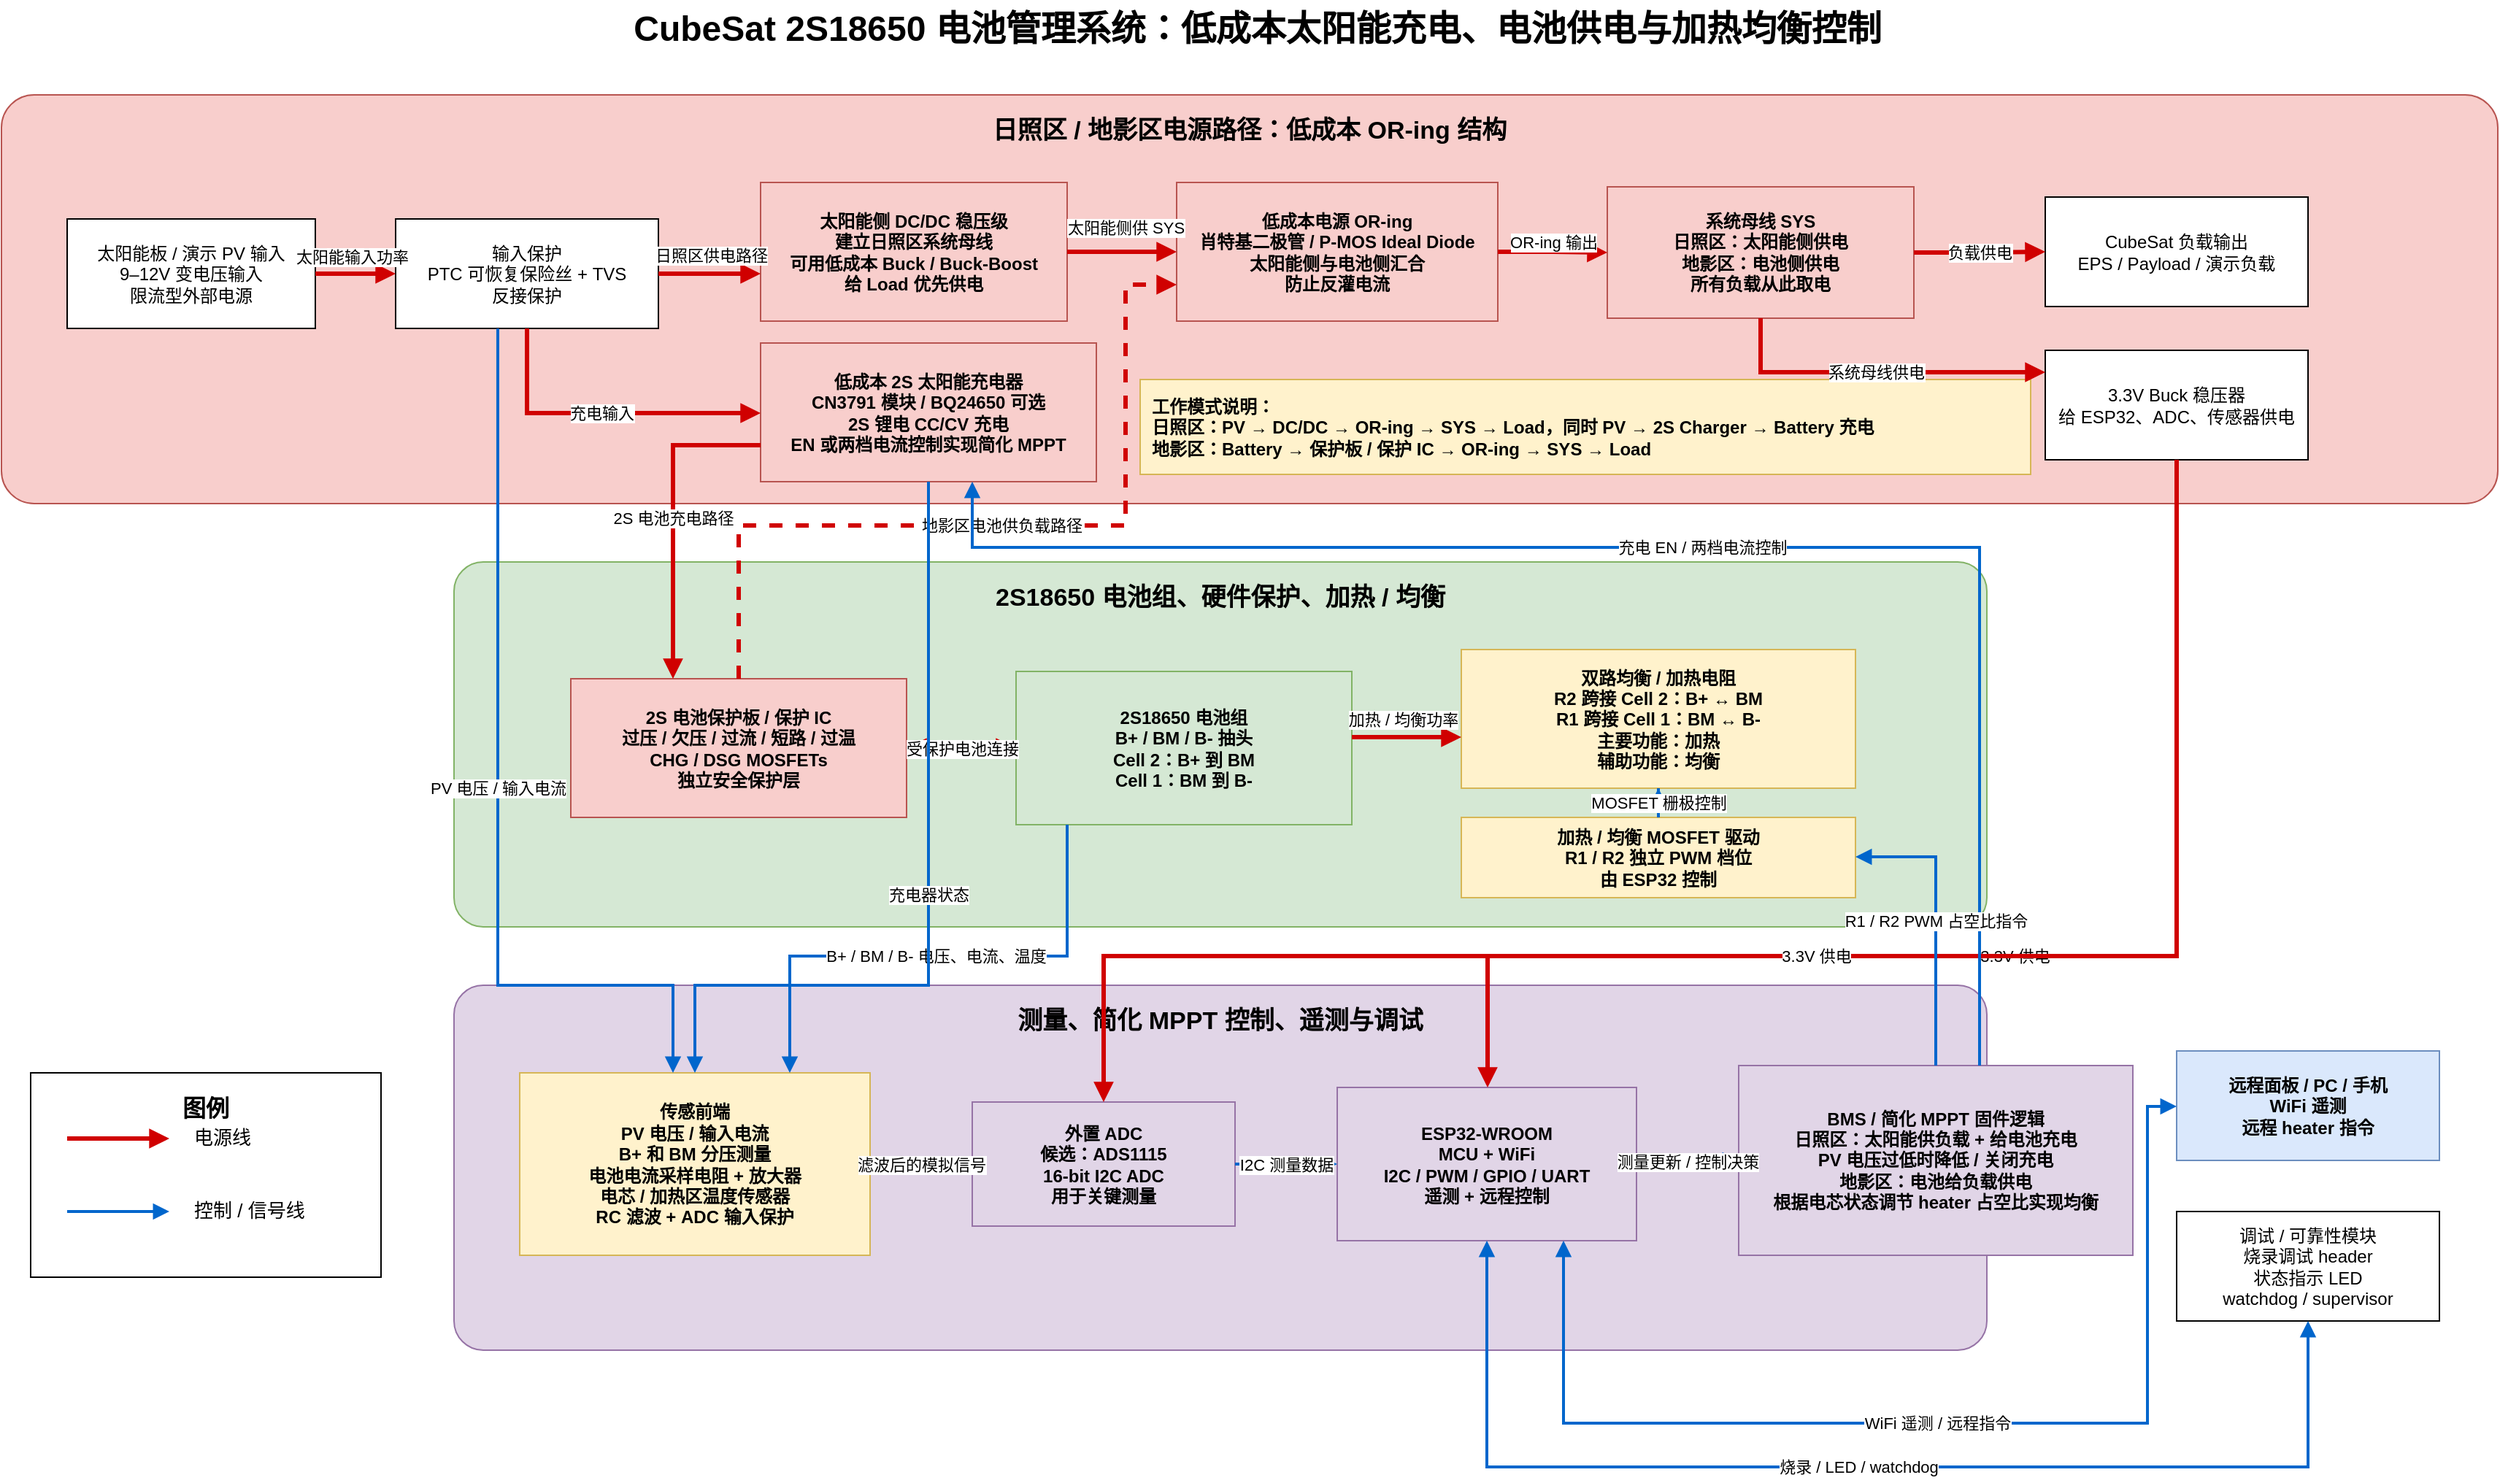
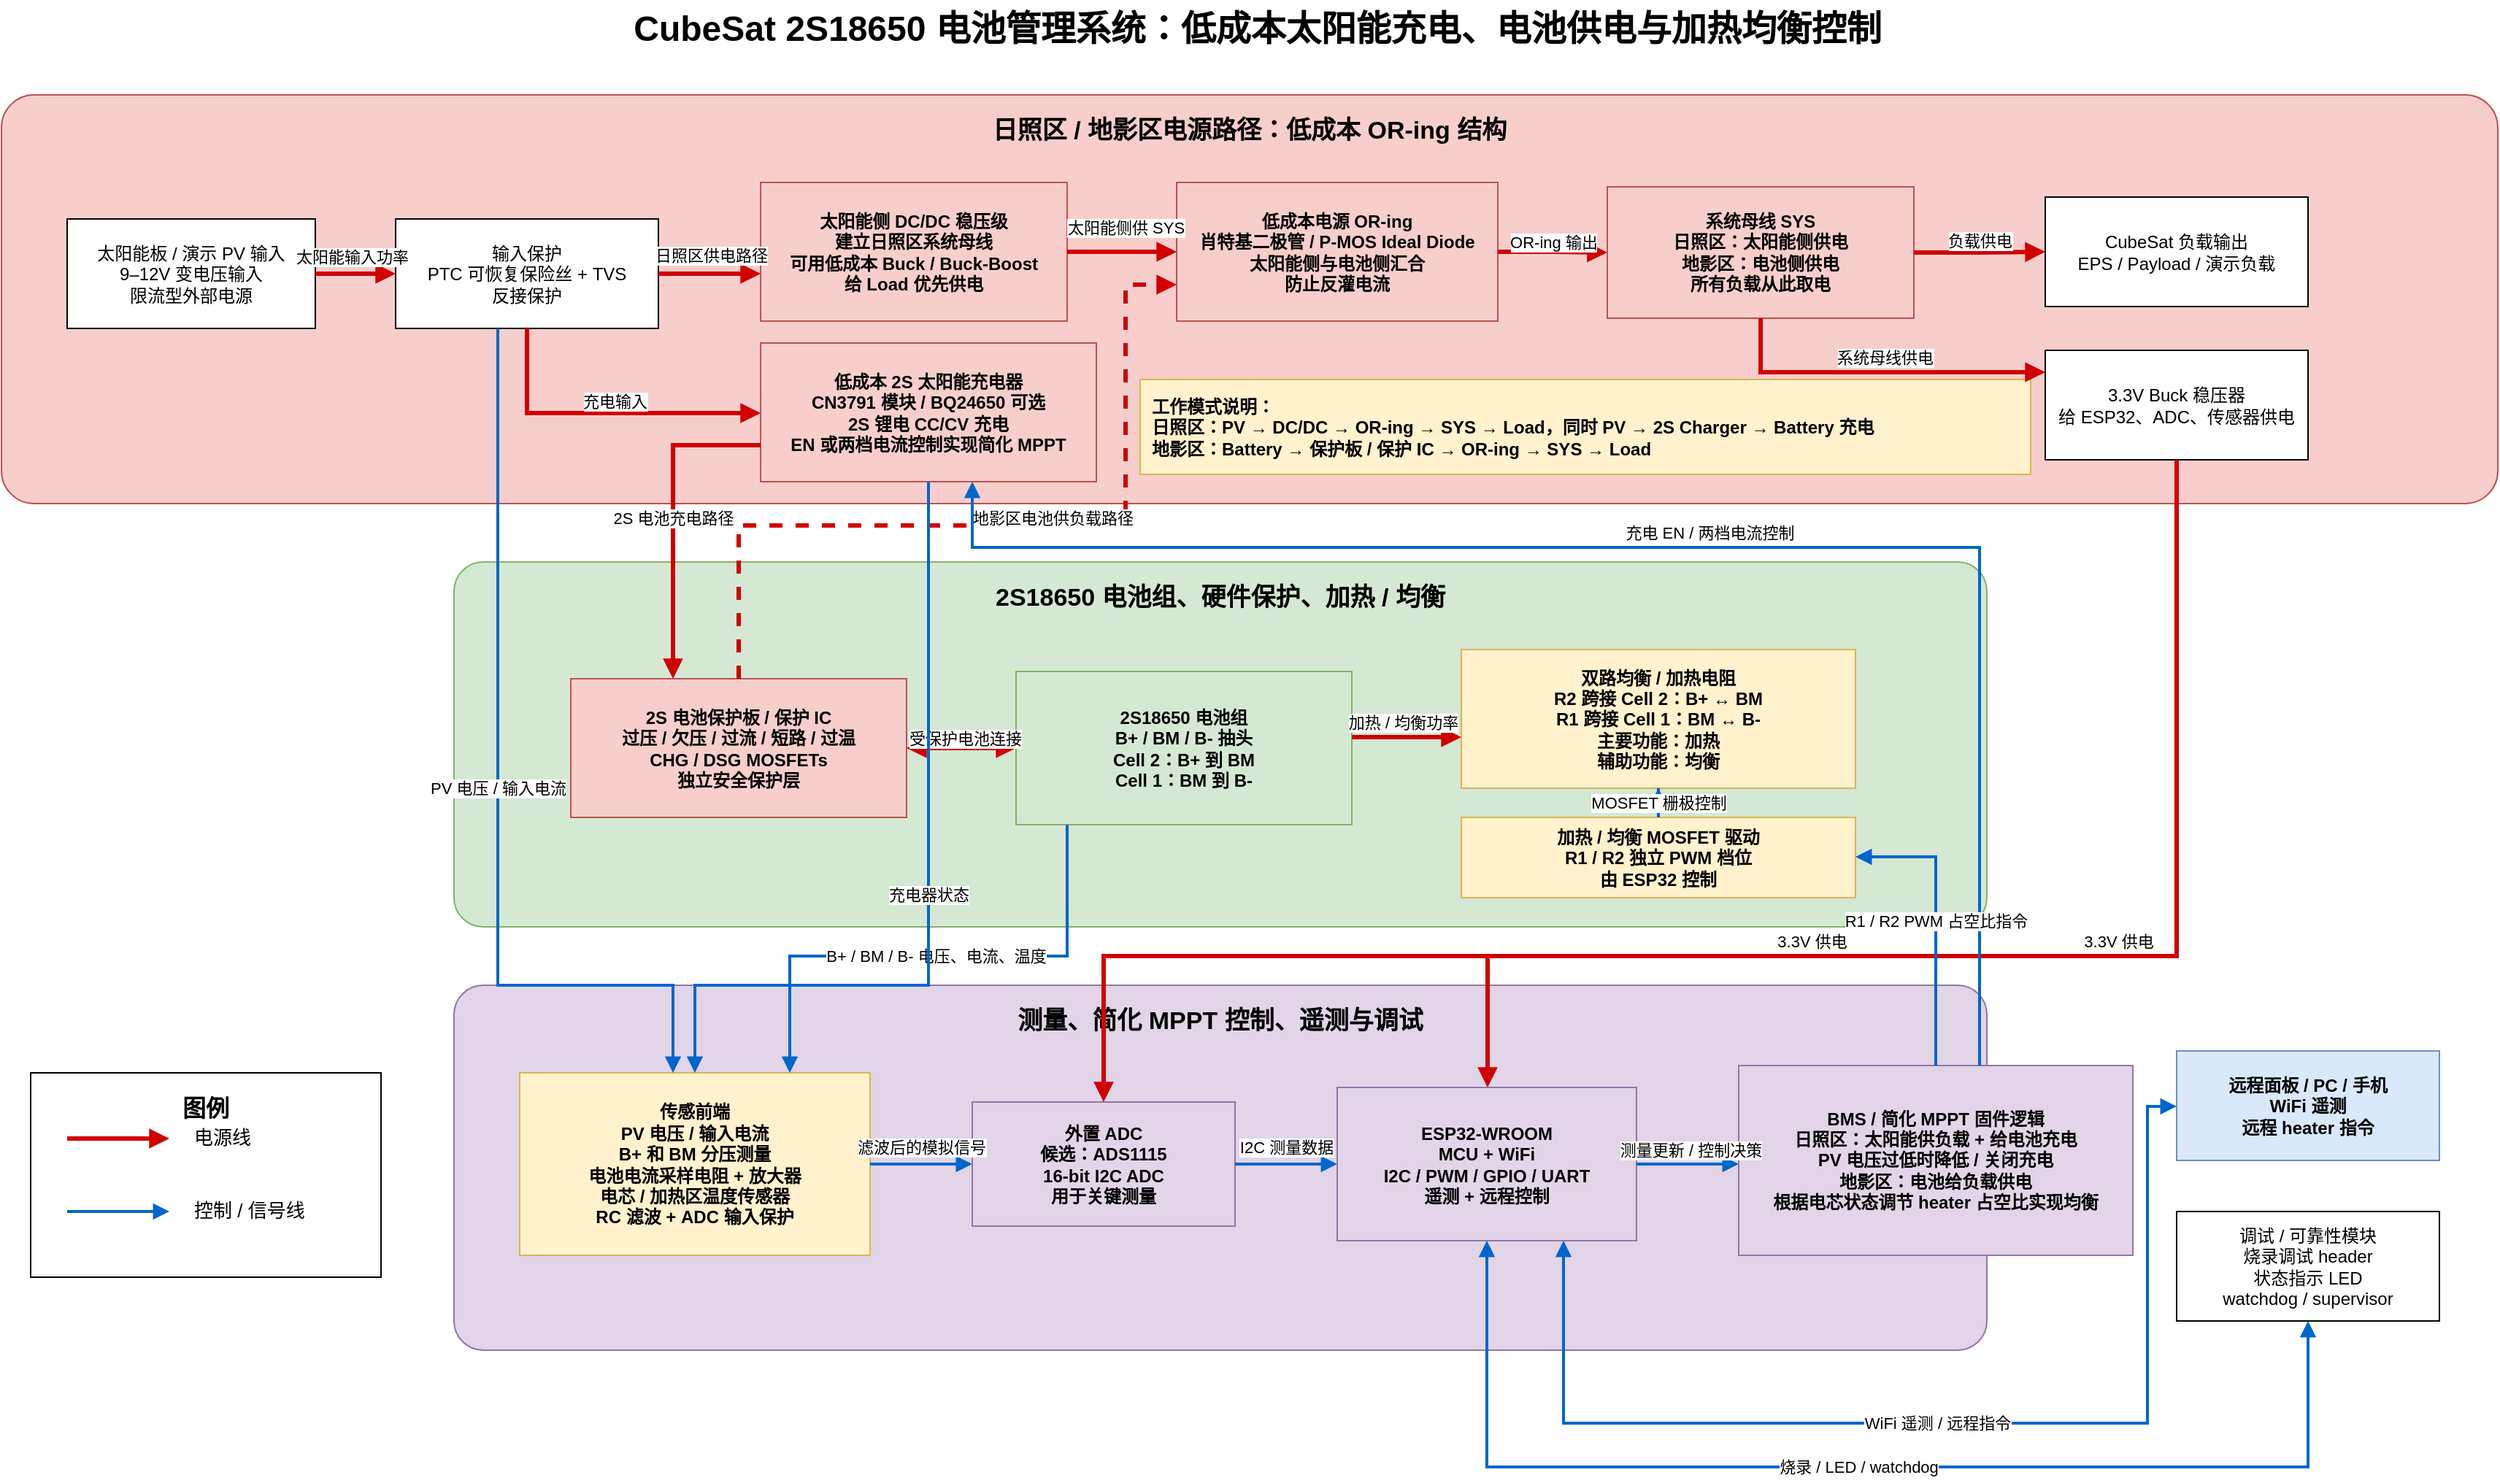
<mxfile host="app.diagrams.net">
  <diagram name="第 1 页" id="MmfuNnR-U3aCNoGkptcp">
    <mxGraphModel dx="1004" dy="581" grid="1" gridSize="10" guides="1" tooltips="1" connect="1" arrows="1" fold="1" page="1" pageScale="1" pageWidth="1800" pageHeight="1050" math="0" shadow="0">
      <root>
        <mxCell id="0" />
        <mxCell id="1" parent="0" />
        <mxCell id="title" parent="1" style="text;html=1;strokeColor=none;fillColor=none;align=center;verticalAlign=middle;fontSize=24;fontStyle=1" value="CubeSat 2S18650 电池管理系统：低成本太阳能充电、电池供电与加热均衡控制" vertex="1">
          <mxGeometry height="40" width="1380" x="210" y="25" as="geometry" />
        </mxCell>
        <mxCell id="box_power" parent="1" style="rounded=1;whiteSpace=wrap;html=1;container=1;collapsible=0;recursiveResize=0;arcSize=8;fontSize=17;fontStyle=1;verticalAlign=top;spacingTop=8;fillColor=#f8cecc;strokeColor=#b85450;" value="日照区 / 地影区电源路径：低成本 OR-ing 结构" vertex="1">
          <mxGeometry height="280" width="1710" x="40" y="90" as="geometry" />
        </mxCell>
        <mxCell id="box_battery" parent="1" style="rounded=1;whiteSpace=wrap;html=1;container=1;collapsible=0;recursiveResize=0;arcSize=8;fontSize=17;fontStyle=1;verticalAlign=top;spacingTop=8;fillColor=#d5e8d4;strokeColor=#82b366;" value="2S18650 电池组、硬件保护、加热 / 均衡" vertex="1">
          <mxGeometry height="250" width="1050" x="350" y="410" as="geometry" />
        </mxCell>
        <mxCell id="box_control" parent="1" style="rounded=1;whiteSpace=wrap;html=1;container=1;collapsible=0;recursiveResize=0;arcSize=8;fontSize=17;fontStyle=1;verticalAlign=top;spacingTop=8;fillColor=#e1d5e7;strokeColor=#9673a6;" value="测量、简化 MPPT 控制、遥测与调试" vertex="1">
          <mxGeometry height="250" width="1050" x="350" y="700" as="geometry" />
        </mxCell>
        <mxCell id="legend" parent="1" style="rounded=0;whiteSpace=wrap;html=1;fillColor=#ffffff;strokeColor=#000000;fontSize=16;fontStyle=1;verticalAlign=top;spacingTop=8;" value="图例" vertex="1">
          <mxGeometry height="140" width="240" x="60" y="760" as="geometry" />
        </mxCell>
        <mxCell id="solar" parent="1" style="rounded=0;whiteSpace=wrap;html=1;fillColor=#ffffff;strokeColor=#000000;fontSize=12;" value="太阳能板 / 演示 PV 输入&lt;br&gt;9–12V 变电压输入&lt;br&gt;限流型外部电源" vertex="1">
          <mxGeometry height="75" width="170" x="85" y="175" as="geometry" />
        </mxCell>
        <mxCell id="input_protection" parent="1" style="rounded=0;whiteSpace=wrap;html=1;fillColor=#ffffff;strokeColor=#000000;fontSize=12;" value="输入保护&lt;br&gt;PTC 可恢复保险丝 + TVS&lt;br&gt;反接保护" vertex="1">
          <mxGeometry height="75" width="180" x="310" y="175" as="geometry" />
        </mxCell>
        <mxCell id="solar_bus_reg" parent="1" style="rounded=0;whiteSpace=wrap;html=1;fillColor=#f8cecc;strokeColor=#b85450;fontSize=12;fontStyle=1;" value="太阳能侧 DC/DC 稳压级&lt;br&gt;建立日照区系统母线&lt;br&gt;可用低成本 Buck / Buck-Boost&lt;br&gt;给 Load 优先供电" vertex="1">
          <mxGeometry height="95" width="210" x="560" y="150" as="geometry" />
        </mxCell>
        <mxCell id="solar_charger" parent="1" style="rounded=0;whiteSpace=wrap;html=1;fillColor=#f8cecc;strokeColor=#b85450;fontSize=12;fontStyle=1;" value="低成本 2S 太阳能充电器&lt;br&gt;CN3791 模块 / BQ24650 可选&lt;br&gt;2S 锂电 CC/CV 充电&lt;br&gt;EN 或两档电流控制实现简化 MPPT" vertex="1">
          <mxGeometry height="95" width="230" x="560" y="260" as="geometry" />
        </mxCell>
        <mxCell id="oring" parent="1" style="rounded=0;whiteSpace=wrap;html=1;fillColor=#f8cecc;strokeColor=#b85450;fontSize=12;fontStyle=1;" value="低成本电源 OR-ing&lt;br&gt;肖特基二极管 / P-MOS Ideal Diode&lt;br&gt;太阳能侧与电池侧汇合&lt;br&gt;防止反灌电流" vertex="1">
          <mxGeometry height="95" width="220" x="845" y="150" as="geometry" />
        </mxCell>
        <mxCell id="system_bus" parent="1" style="rounded=0;whiteSpace=wrap;html=1;fillColor=#f8cecc;strokeColor=#b85450;fontSize=12;fontStyle=1;" value="系统母线 SYS&lt;br&gt;日照区：太阳能侧供电&lt;br&gt;地影区：电池侧供电&lt;br&gt;所有负载从此取电" vertex="1">
          <mxGeometry height="90" width="210" x="1140" y="153" as="geometry" />
        </mxCell>
        <mxCell id="load" parent="1" style="rounded=0;whiteSpace=wrap;html=1;fillColor=#ffffff;strokeColor=#000000;fontSize=12;" value="CubeSat 负载输出&lt;br&gt;EPS / Payload / 演示负载" vertex="1">
          <mxGeometry height="75" width="180" x="1440" y="160" as="geometry" />
        </mxCell>
        <mxCell id="regulator" parent="1" style="rounded=0;whiteSpace=wrap;html=1;fillColor=#ffffff;strokeColor=#000000;fontSize=12;" value="3.3V Buck 稳压器&lt;br&gt;给 ESP32、ADC、传感器供电" vertex="1">
          <mxGeometry height="75" width="180" x="1440" y="265" as="geometry" />
        </mxCell>
        <mxCell id="mode_note" parent="1" style="rounded=0;whiteSpace=wrap;html=1;fillColor=#fff2cc;strokeColor=#d6b656;fontSize=12;fontStyle=1;align=left;spacing=8;" value="工作模式说明：&lt;br&gt;日照区：PV → DC/DC → OR-ing → SYS → Load，同时 PV → 2S Charger → Battery 充电&lt;br&gt;地影区：Battery → 保护板 / 保护 IC → OR-ing → SYS → Load" vertex="1">
          <mxGeometry height="65" width="610" x="820" y="285" as="geometry" />
        </mxCell>
        <mxCell id="protection" parent="1" style="rounded=0;whiteSpace=wrap;html=1;fillColor=#f8cecc;strokeColor=#b85450;fontSize=12;fontStyle=1;" value="2S 电池保护板 / 保护 IC&lt;br&gt;过压 / 欠压 / 过流 / 短路 / 过温&lt;br&gt;CHG / DSG MOSFETs&lt;br&gt;独立安全保护层" vertex="1">
          <mxGeometry height="95" width="230" x="430" y="490" as="geometry" />
        </mxCell>
        <mxCell id="battery" parent="1" style="rounded=0;whiteSpace=wrap;html=1;fillColor=#d5e8d4;strokeColor=#82b366;fontSize=12;fontStyle=1;" value="2S18650 电池组&lt;br&gt;B+ / BM / B- 抽头&lt;br&gt;Cell 2：B+ 到 BM&lt;br&gt;Cell 1：BM 到 B-" vertex="1">
          <mxGeometry height="105" width="230" x="735" y="485" as="geometry" />
        </mxCell>
        <mxCell id="heater_resistors" parent="1" style="rounded=0;whiteSpace=wrap;html=1;fillColor=#fff2cc;strokeColor=#d6b656;fontSize=12;fontStyle=1;" value="双路均衡 / 加热电阻&lt;br&gt;R2 跨接 Cell 2：B+ ↔ BM&lt;br&gt;R1 跨接 Cell 1：BM ↔ B-&lt;br&gt;主要功能：加热&lt;br&gt;辅助功能：均衡" vertex="1">
          <mxGeometry height="95" width="270" x="1040" y="470" as="geometry" />
        </mxCell>
        <mxCell id="heater_driver" parent="1" style="rounded=0;whiteSpace=wrap;html=1;fillColor=#fff2cc;strokeColor=#d6b656;fontSize=12;fontStyle=1;" value="加热 / 均衡 MOSFET 驱动&lt;br&gt;R1 / R2 独立 PWM 档位&lt;br&gt;由 ESP32 控制" vertex="1">
          <mxGeometry height="55" width="270" x="1040" y="585" as="geometry" />
        </mxCell>
        <mxCell id="sensing" parent="1" style="rounded=0;whiteSpace=wrap;html=1;fillColor=#fff2cc;strokeColor=#d6b656;fontSize=12;fontStyle=1;" value="传感前端&lt;br&gt;PV 电压 / 输入电流&lt;br&gt;B+ 和 BM 分压测量&lt;br&gt;电池电流采样电阻 + 放大器&lt;br&gt;电芯 / 加热区温度传感器&lt;br&gt;RC 滤波 + ADC 输入保护" vertex="1">
          <mxGeometry height="125" width="240" x="395" y="760" as="geometry" />
        </mxCell>
        <mxCell id="adc" parent="1" style="rounded=0;whiteSpace=wrap;html=1;fillColor=#e1d5e7;strokeColor=#9673a6;fontSize=12;fontStyle=1;" value="外置 ADC&lt;br&gt;候选：ADS1115&lt;br&gt;16-bit I2C ADC&lt;br&gt;用于关键测量" vertex="1">
          <mxGeometry height="85" width="180" x="705" y="780" as="geometry" />
        </mxCell>
        <mxCell id="esp32" parent="1" style="rounded=0;whiteSpace=wrap;html=1;fillColor=#e1d5e7;strokeColor=#9673a6;fontSize=12;fontStyle=1;" value="ESP32-WROOM&lt;br&gt;MCU + WiFi&lt;br&gt;I2C / PWM / GPIO / UART&lt;br&gt;遥测 + 远程控制" vertex="1">
          <mxGeometry height="105" width="205" x="955" y="770" as="geometry" />
        </mxCell>
        <mxCell id="firmware" parent="1" style="rounded=0;whiteSpace=wrap;html=1;fillColor=#e1d5e7;strokeColor=#9673a6;fontSize=12;fontStyle=1;" value="BMS / 简化 MPPT 固件逻辑&lt;br&gt;日照区：太阳能供负载 + 给电池充电&lt;br&gt;PV 电压过低时降低 / 关闭充电&lt;br&gt;地影区：电池给负载供电&lt;br&gt;根据电芯状态调节 heater 占空比实现均衡" vertex="1">
          <mxGeometry height="130" width="270" x="1230" y="755" as="geometry" />
        </mxCell>
        <mxCell id="remote" parent="1" style="rounded=0;whiteSpace=wrap;html=1;fillColor=#dae8fc;strokeColor=#6c8ebf;fontSize=12;fontStyle=1;" value="远程面板 / PC / 手机&lt;br&gt;WiFi 遥测&lt;br&gt;远程 heater 指令" vertex="1">
          <mxGeometry height="75" width="180" x="1530" y="745" as="geometry" />
        </mxCell>
        <mxCell id="debug" parent="1" style="rounded=0;whiteSpace=wrap;html=1;fillColor=#ffffff;strokeColor=#000000;fontSize=12;" value="调试 / 可靠性模块&lt;br&gt;烧录调试 header&lt;br&gt;状态指示 LED&lt;br&gt;watchdog / supervisor" vertex="1">
          <mxGeometry height="75" width="180" x="1530" y="855" as="geometry" />
        </mxCell>
        <mxCell id="legend_power_line" edge="1" parent="1" style="endArrow=block;html=1;rounded=0;strokeWidth=3;strokeColor=#d00000;" value="">
          <mxGeometry relative="1" as="geometry">
            <mxPoint x="85" y="805" as="sourcePoint" />
            <mxPoint x="155" y="805" as="targetPoint" />
          </mxGeometry>
        </mxCell>
        <mxCell id="legend_power_text" parent="1" style="text;html=1;strokeColor=none;fillColor=none;fontSize=13;" value="电源线" vertex="1">
          <mxGeometry height="30" width="110" x="170" y="790" as="geometry" />
        </mxCell>
        <mxCell id="legend_signal_line" edge="1" parent="1" style="endArrow=block;html=1;rounded=0;strokeWidth=2;strokeColor=#0066cc;" value="">
          <mxGeometry relative="1" as="geometry">
            <mxPoint x="85" y="855" as="sourcePoint" />
            <mxPoint x="155" y="855" as="targetPoint" />
          </mxGeometry>
        </mxCell>
        <mxCell id="legend_signal_text" parent="1" style="text;html=1;strokeColor=none;fillColor=none;fontSize=13;" value="控制 / 信号线" vertex="1">
          <mxGeometry height="30" width="130" x="170" y="840" as="geometry" />
        </mxCell>
        <mxCell id="p_solar_to_input" edge="1" parent="1" source="solar" style="edgeStyle=orthogonalEdgeStyle;rounded=0;orthogonalLoop=1;jettySize=auto;endArrow=block;html=1;strokeWidth=3;strokeColor=#d00000;fontSize=11;" target="input_protection" value="太阳能输入功率">
          <mxGeometry relative="1" x="-0.0909" y="13" as="geometry">
            <mxPoint y="1" as="offset" />
          </mxGeometry>
        </mxCell>
        <mxCell id="p_input_to_solar_bus_reg" edge="1" parent="1" source="input_protection" style="edgeStyle=orthogonalEdgeStyle;rounded=0;orthogonalLoop=1;jettySize=auto;endArrow=block;html=1;strokeWidth=3;strokeColor=#d00000;fontSize=11;" target="solar_bus_reg" value="日照区供电路径">
          <mxGeometry relative="1" x="0.0348" y="13" as="geometry">
            <mxPoint as="offset" />
            <Array as="points">
              <mxPoint x="550" y="212" />
              <mxPoint x="550" y="212" />
            </Array>
          </mxGeometry>
        </mxCell>
        <mxCell id="p_input_to_charger" edge="1" parent="1" source="input_protection" style="edgeStyle=orthogonalEdgeStyle;rounded=0;orthogonalLoop=1;jettySize=auto;endArrow=block;html=1;strokeWidth=3;strokeColor=#d00000;fontSize=11;" target="solar_charger" value="充电输入">
-           <mxGeometry relative="1" as="geometry">
+           <mxGeometry relative="1" x="0.0828" y="8" as="geometry">
+             <mxPoint as="offset" />
            <Array as="points">
              <mxPoint x="400" y="308" />
            </Array>
          </mxGeometry>
        </mxCell>
        <mxCell id="p_solar_bus_reg_to_oring" edge="1" parent="1" source="solar_bus_reg" style="edgeStyle=orthogonalEdgeStyle;rounded=0;orthogonalLoop=1;jettySize=auto;endArrow=block;html=1;strokeWidth=3;strokeColor=#d00000;fontSize=11;" target="oring" value="太阳能侧供 SYS">
          <mxGeometry relative="1" x="0.0667" y="18" as="geometry">
            <mxPoint y="1" as="offset" />
          </mxGeometry>
        </mxCell>
        <mxCell id="p_oring_to_bus" edge="1" parent="1" source="oring" style="edgeStyle=orthogonalEdgeStyle;rounded=0;orthogonalLoop=1;jettySize=auto;endArrow=block;html=1;strokeWidth=3;strokeColor=#d00000;fontSize=11;" target="system_bus" value="OR-ing 输出">
          <mxGeometry relative="1" x="-0.0063" y="-8" as="geometry">
            <mxPoint x="8" y="-7" as="offset" />
          </mxGeometry>
        </mxCell>
        <mxCell id="p_bus_to_load" edge="1" parent="1" source="system_bus" style="edgeStyle=orthogonalEdgeStyle;rounded=0;orthogonalLoop=1;jettySize=auto;endArrow=block;html=1;strokeWidth=3;strokeColor=#d00000;fontSize=11;" target="load" value="负载供电">
-           <mxGeometry relative="1" as="geometry" />
+           <mxGeometry relative="1" x="0.0067" y="8" as="geometry">
+             <mxPoint as="offset" />
+           </mxGeometry>
        </mxCell>
        <mxCell id="p_bus_to_reg" edge="1" parent="1" source="system_bus" style="edgeStyle=orthogonalEdgeStyle;rounded=0;orthogonalLoop=1;jettySize=auto;endArrow=block;html=1;strokeWidth=3;strokeColor=#d00000;fontSize=11;" target="regulator" value="系统母线供电">
-           <mxGeometry relative="1" as="geometry">
+           <mxGeometry relative="1" x="0.0517" y="10" as="geometry">
+             <mxPoint as="offset" />
            <Array as="points">
              <mxPoint x="1245" y="280" />
            </Array>
          </mxGeometry>
        </mxCell>
        <mxCell id="p_reg_to_esp" edge="1" parent="1" source="regulator" style="edgeStyle=orthogonalEdgeStyle;rounded=0;orthogonalLoop=1;jettySize=auto;endArrow=block;html=1;strokeWidth=3;strokeColor=#d00000;fontSize=11;" target="esp32" value="3.3V 供电">
-           <mxGeometry relative="1" as="geometry">
+           <mxGeometry relative="1" x="-0.1575" y="-10" as="geometry">
+             <mxPoint as="offset" />
            <Array as="points">
              <mxPoint x="1530" y="680" />
              <mxPoint x="1058" y="680" />
            </Array>
          </mxGeometry>
        </mxCell>
        <mxCell id="p_reg_to_adc" edge="1" parent="1" source="regulator" style="edgeStyle=orthogonalEdgeStyle;rounded=0;orthogonalLoop=1;jettySize=auto;endArrow=block;html=1;strokeWidth=3;strokeColor=#d00000;fontSize=11;" target="adc" value="3.3V 供电">
-           <mxGeometry relative="1" as="geometry">
+           <mxGeometry relative="1" x="0.0042" y="-10" as="geometry">
+             <mxPoint as="offset" />
            <Array as="points">
              <mxPoint x="1530" y="680" />
              <mxPoint x="795" y="680" />
            </Array>
          </mxGeometry>
        </mxCell>
        <mxCell id="p_charger_to_protection" edge="1" parent="1" source="solar_charger" style="edgeStyle=orthogonalEdgeStyle;rounded=0;orthogonalLoop=1;jettySize=auto;endArrow=block;html=1;strokeWidth=3;strokeColor=#d00000;fontSize=11;" target="protection" value="2S 电池充电路径">
          <mxGeometry relative="1" as="geometry">
            <Array as="points">
              <mxPoint x="500" y="330" />
            </Array>
          </mxGeometry>
        </mxCell>
        <mxCell id="p_protection_to_battery" edge="1" parent="1" source="protection" style="edgeStyle=orthogonalEdgeStyle;rounded=0;orthogonalLoop=1;jettySize=auto;startArrow=block;endArrow=block;html=1;strokeWidth=3;strokeColor=#d00000;fontSize=11;" target="battery" value="受保护电池连接">
-           <mxGeometry relative="1" as="geometry" />
+           <mxGeometry relative="1" x="0.0667" y="8" as="geometry">
+             <mxPoint y="1" as="offset" />
+           </mxGeometry>
        </mxCell>
        <mxCell id="p_protection_to_oring" edge="1" parent="1" source="protection" style="edgeStyle=orthogonalEdgeStyle;rounded=0;orthogonalLoop=1;jettySize=auto;endArrow=block;html=1;strokeWidth=3;strokeColor=#d00000;fontSize=11;dashed=1;" target="oring" value="地影区电池供负载路径">
-           <mxGeometry relative="1" as="geometry">
+           <mxGeometry relative="1" x="0.1228" y="5" as="geometry">
+             <mxPoint as="offset" />
            <Array as="points">
              <mxPoint x="545" y="385" />
              <mxPoint x="810" y="385" />
              <mxPoint x="810" y="220" />
            </Array>
          </mxGeometry>
        </mxCell>
        <mxCell id="p_battery_to_heater" edge="1" parent="1" source="battery" style="edgeStyle=orthogonalEdgeStyle;rounded=0;orthogonalLoop=1;jettySize=auto;endArrow=block;html=1;strokeWidth=3;strokeColor=#d00000;fontSize=11;" target="heater_resistors" value="加热 / 均衡功率">
-           <mxGeometry relative="1" x="-0.0667" y="12" as="geometry">
+           <mxGeometry relative="1" x="-0.0667" y="10" as="geometry">
            <mxPoint as="offset" />
            <Array as="points">
              <mxPoint x="1030" y="530" />
              <mxPoint x="1030" y="530" />
            </Array>
          </mxGeometry>
        </mxCell>
        <mxCell id="s_battery_to_sensing" edge="1" parent="1" source="battery" style="edgeStyle=orthogonalEdgeStyle;rounded=0;orthogonalLoop=1;jettySize=auto;endArrow=block;html=1;strokeWidth=2;strokeColor=#0066cc;fontSize=11;" target="sensing" value="B+ / BM / B- 电压、电流、温度">
          <mxGeometry relative="1" as="geometry">
            <Array as="points">
              <mxPoint x="770" y="680" />
              <mxPoint x="580" y="680" />
            </Array>
          </mxGeometry>
        </mxCell>
        <mxCell id="s_pv_to_sensing" edge="1" parent="1" source="input_protection" style="edgeStyle=orthogonalEdgeStyle;rounded=0;orthogonalLoop=1;jettySize=auto;endArrow=block;html=1;strokeWidth=2;strokeColor=#0066cc;fontSize=11;" target="sensing" value="PV 电压 / 输入电流">
          <mxGeometry relative="1" as="geometry">
            <Array as="points">
              <mxPoint x="380" y="700" />
              <mxPoint x="500" y="700" />
            </Array>
          </mxGeometry>
        </mxCell>
        <mxCell id="s_charger_to_sensing" edge="1" parent="1" source="solar_charger" style="edgeStyle=orthogonalEdgeStyle;rounded=0;orthogonalLoop=1;jettySize=auto;endArrow=block;html=1;strokeWidth=2;strokeColor=#0066cc;fontSize=11;" target="sensing" value="充电器状态">
          <mxGeometry relative="1" as="geometry">
            <Array as="points">
              <mxPoint x="675" y="700" />
              <mxPoint x="515" y="700" />
            </Array>
          </mxGeometry>
        </mxCell>
        <mxCell id="s_sensing_to_adc" edge="1" parent="1" source="sensing" style="edgeStyle=orthogonalEdgeStyle;rounded=0;orthogonalLoop=1;jettySize=auto;endArrow=block;html=1;strokeWidth=2;strokeColor=#0066cc;fontSize=11;" target="adc" value="滤波后的模拟信号">
-           <mxGeometry relative="1" as="geometry" />
+           <mxGeometry relative="1" y="13" as="geometry">
+             <mxPoint y="1" as="offset" />
+           </mxGeometry>
        </mxCell>
        <mxCell id="s_adc_to_esp" edge="1" parent="1" source="adc" style="edgeStyle=orthogonalEdgeStyle;rounded=0;orthogonalLoop=1;jettySize=auto;endArrow=block;html=1;strokeWidth=2;strokeColor=#0066cc;fontSize=11;" target="esp32" value="I2C 测量数据">
-           <mxGeometry relative="1" as="geometry" />
+           <mxGeometry relative="1" y="13" as="geometry">
+             <mxPoint y="1" as="offset" />
+           </mxGeometry>
        </mxCell>
        <mxCell id="s_esp_to_firmware" edge="1" parent="1" source="esp32" style="edgeStyle=orthogonalEdgeStyle;rounded=0;orthogonalLoop=1;jettySize=auto;endArrow=block;html=1;strokeWidth=2;strokeColor=#0066cc;fontSize=11;" target="firmware" value="测量更新 / 控制决策">
-           <mxGeometry relative="1" as="geometry" />
+           <mxGeometry relative="1" x="0.036" y="10" as="geometry">
+             <mxPoint as="offset" />
+             <Array as="points">
+               <mxPoint x="1210" y="822" />
+               <mxPoint x="1210" y="822" />
+             </Array>
+           </mxGeometry>
        </mxCell>
        <mxCell id="s_firmware_to_charger" edge="1" parent="1" style="edgeStyle=orthogonalEdgeStyle;rounded=0;orthogonalLoop=1;jettySize=auto;endArrow=block;html=1;strokeWidth=2;strokeColor=#0066cc;fontSize=11;" value="充电 EN / 两档电流控制">
-           <mxGeometry relative="1" as="geometry">
+           <mxGeometry relative="1" x="-0.009" y="-10" as="geometry">
+             <mxPoint as="offset" />
            <Array as="points">
              <mxPoint x="1394.96" y="400" />
              <mxPoint x="704.96" y="400" />
            </Array>
            <mxPoint x="1395.00347826087" y="755" as="sourcePoint" />
            <mxPoint x="705.0034782608698" y="355" as="targetPoint" />
          </mxGeometry>
        </mxCell>
        <mxCell id="s_firmware_to_heater_driver" edge="1" parent="1" source="firmware" style="edgeStyle=orthogonalEdgeStyle;rounded=0;orthogonalLoop=1;jettySize=auto;endArrow=block;html=1;strokeWidth=2;strokeColor=#0066cc;fontSize=11;" target="heater_driver" value="R1 / R2 PWM 占空比指令">
          <mxGeometry relative="1" as="geometry">
            <Array as="points">
              <mxPoint x="1365" y="612" />
            </Array>
          </mxGeometry>
        </mxCell>
        <mxCell id="s_heater_driver_to_resistors" edge="1" parent="1" source="heater_driver" style="edgeStyle=orthogonalEdgeStyle;rounded=0;orthogonalLoop=1;jettySize=auto;endArrow=block;html=1;strokeWidth=2;strokeColor=#0066cc;fontSize=11;" target="heater_resistors" value="MOSFET 栅极控制">
          <mxGeometry relative="1" as="geometry" />
        </mxCell>
        <mxCell id="s_esp_to_remote" edge="1" parent="1" source="esp32" style="edgeStyle=orthogonalEdgeStyle;rounded=0;orthogonalLoop=1;jettySize=auto;startArrow=block;endArrow=block;html=1;strokeWidth=2;strokeColor=#0066cc;fontSize=11;" target="remote" value="WiFi 遥测 / 远程指令">
          <mxGeometry relative="1" as="geometry">
            <Array as="points">
              <mxPoint x="1110" y="1000" />
              <mxPoint x="1510" y="1000" />
              <mxPoint x="1510" y="783" />
            </Array>
          </mxGeometry>
        </mxCell>
        <mxCell id="s_esp_to_debug" edge="1" parent="1" source="esp32" style="edgeStyle=orthogonalEdgeStyle;rounded=0;orthogonalLoop=1;jettySize=auto;startArrow=block;endArrow=block;html=1;strokeWidth=2;strokeColor=#0066cc;fontSize=11;" target="debug" value="烧录 / LED / watchdog">
          <mxGeometry relative="1" as="geometry">
            <Array as="points">
              <mxPoint x="1058" y="1030" />
              <mxPoint x="1620" y="1030" />
            </Array>
          </mxGeometry>
        </mxCell>
      </root>
    </mxGraphModel>
  </diagram>
</mxfile>
